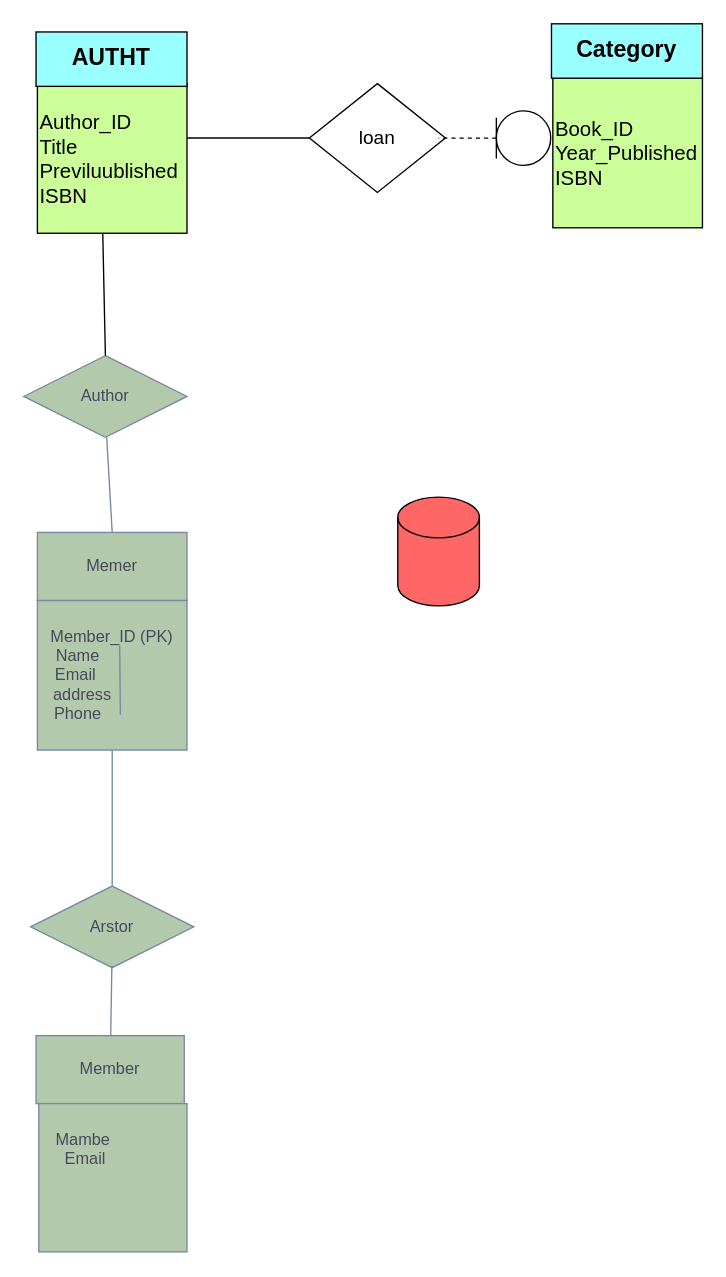
Before: Library Management System.drawio in hussaini021/Library_management, a draw.io diagram. Source tidied: cells renumbered, new cells numbered last; positions are measured from the earlier drawing's top-left corner, leaving out a move shared by most shapes. Both pictures are drawn from the tidied source at 136%, with x=0, y=0 at pixel (23, 23).
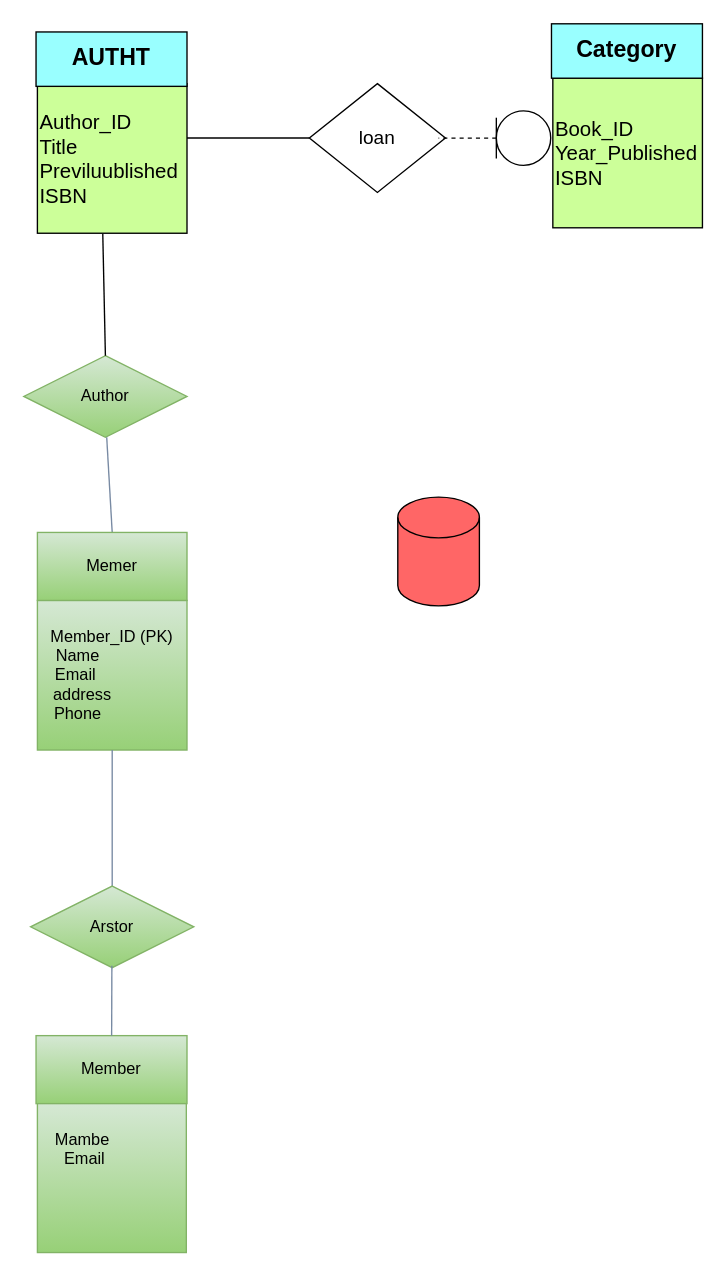
The same page after the edit.

Diff of the diagram source:
```diff
@@
-    <mxCell id="10" value="Member_ID (PK)&lt;div&gt;Name&amp;nbsp; &amp;nbsp; &amp;nbsp; &amp;nbsp; &amp;nbsp; &amp;nbsp; &amp;nbsp; &amp;nbsp;&lt;/div&gt;&lt;div&gt;Email&amp;nbsp; &amp;nbsp; &amp;nbsp; &amp;nbsp; &amp;nbsp; &amp;nbsp; &amp;nbsp; &amp;nbsp;&amp;nbsp;&lt;/div&gt;&lt;div&gt;address&amp;nbsp; &amp;nbsp; &amp;nbsp; &amp;nbsp; &amp;nbsp; &amp;nbsp; &amp;nbsp;&lt;/div&gt;&lt;div&gt;Phone&amp;nbsp; &amp;nbsp; &amp;nbsp; &amp;nbsp; &amp;nbsp; &amp;nbsp; &amp;nbsp; &amp;nbsp;&lt;/div&gt;" style="whiteSpace=wrap;html=1;labelBackgroundColor=none;fillColor=#B2C9AB;strokeColor=#788AA3;fontColor=#46495D;" parent="1" vertex="1">
+    <mxCell id="10" value="Member_ID (PK)&lt;div&gt;Name&amp;nbsp; &amp;nbsp; &amp;nbsp; &amp;nbsp; &amp;nbsp; &amp;nbsp; &amp;nbsp; &amp;nbsp;&lt;/div&gt;&lt;div&gt;Email&amp;nbsp; &amp;nbsp; &amp;nbsp; &amp;nbsp; &amp;nbsp; &amp;nbsp; &amp;nbsp; &amp;nbsp;&amp;nbsp;&lt;/div&gt;&lt;div&gt;address&amp;nbsp; &amp;nbsp; &amp;nbsp; &amp;nbsp; &amp;nbsp; &amp;nbsp; &amp;nbsp;&lt;/div&gt;&lt;div&gt;Phone&amp;nbsp; &amp;nbsp; &amp;nbsp; &amp;nbsp; &amp;nbsp; &amp;nbsp; &amp;nbsp; &amp;nbsp;&lt;/div&gt;" style="whiteSpace=wrap;html=1;labelBackgroundColor=none;fillColor=#d5e8d4;strokeColor=#82b366;gradientColor=#97d077;" parent="1" vertex="1">
       <mxGeometry x="10" y="424" width="110" height="110" as="geometry" />
     </mxCell>
-    <mxCell id="11" value="Member" style="rounded=0;whiteSpace=wrap;html=1;labelBackgroundColor=none;fillColor=#B2C9AB;strokeColor=#788AA3;fontColor=#46495D;" parent="1" vertex="1">
-      <mxGeometry x="9" y="744" width="109" height="50" as="geometry" />
+    <mxCell id="11" value="Member" style="rounded=0;whiteSpace=wrap;html=1;labelBackgroundColor=none;fillColor=#d5e8d4;strokeColor=#82b366;gradientColor=#97d077;" parent="1" vertex="1">
+      <mxGeometry x="9" y="744" width="111" height="50" as="geometry" />
     </mxCell>
-    <mxCell id="12" value="Mambe&amp;nbsp; &amp;nbsp; &amp;nbsp; &amp;nbsp; &amp;nbsp; &amp;nbsp; &amp;nbsp;&lt;div&gt;Email&amp;nbsp; &amp;nbsp; &amp;nbsp; &amp;nbsp; &amp;nbsp; &amp;nbsp;&amp;nbsp;&lt;/div&gt;&lt;div&gt;&amp;nbsp; &amp;nbsp;&amp;nbsp;&lt;/div&gt;&lt;div&gt;&amp;nbsp; &amp;nbsp;&amp;nbsp;&lt;/div&gt;&lt;div&gt;&amp;nbsp;&amp;nbsp; &amp;nbsp; &amp;nbsp;&lt;/div&gt;" style="whiteSpace=wrap;html=1;labelBackgroundColor=none;fillColor=#B2C9AB;strokeColor=#788AA3;fontColor=#46495D;" parent="1" vertex="1">
-      <mxGeometry x="11" y="794" width="109" height="109" as="geometry" />
+    <mxCell id="12" value="Mambe&amp;nbsp; &amp;nbsp; &amp;nbsp; &amp;nbsp; &amp;nbsp; &amp;nbsp; &amp;nbsp;&lt;div&gt;Email&amp;nbsp; &amp;nbsp; &amp;nbsp; &amp;nbsp; &amp;nbsp; &amp;nbsp;&amp;nbsp;&lt;/div&gt;&lt;div&gt;&amp;nbsp; &amp;nbsp;&amp;nbsp;&lt;/div&gt;&lt;div&gt;&amp;nbsp; &amp;nbsp;&amp;nbsp;&lt;/div&gt;&lt;div&gt;&amp;nbsp;&amp;nbsp; &amp;nbsp; &amp;nbsp;&lt;/div&gt;" style="whiteSpace=wrap;html=1;labelBackgroundColor=none;fillColor=#d5e8d4;strokeColor=#82b366;gradientColor=#97d077;" parent="1" vertex="1">
+      <mxGeometry x="10" y="794" width="109.5" height="109.5" as="geometry" />
     </mxCell>
-    <mxCell id="13" style="endArrow=none;html=1;rounded=0;exitX=0.45;exitY=1.004;exitDx=0;exitDy=0;exitPerimeter=0;labelBackgroundColor=none;strokeColor=#788AA3;fontColor=default;" parent="1" edge="1">
-      <mxGeometry relative="1" as="geometry">
-        <mxPoint x="70.5" y="457.2" as="sourcePoint" />
-        <mxPoint x="71" y="508" as="targetPoint" />
-      </mxGeometry>
-    </mxCell>
@@
-    <mxCell id="15" value="Arstor" style="shape=rhombus;perimeter=rhombusPerimeter;whiteSpace=wrap;html=1;align=center;labelBackgroundColor=none;fillColor=#B2C9AB;strokeColor=#788AA3;fontColor=#46495D;" parent="1" vertex="1">
+    <mxCell id="15" value="Arstor" style="shape=rhombus;perimeter=rhombusPerimeter;whiteSpace=wrap;html=1;align=center;labelBackgroundColor=none;fillColor=#d5e8d4;strokeColor=#82b366;gradientColor=#97d077;" parent="1" vertex="1">
       <mxGeometry x="5" y="634" width="120" height="60" as="geometry" />
     </mxCell>
-    <mxCell id="16" value="Author" style="shape=rhombus;perimeter=rhombusPerimeter;whiteSpace=wrap;html=1;align=center;labelBackgroundColor=none;fillColor=#B2C9AB;strokeColor=#788AA3;fontColor=#46495D;" parent="1" vertex="1">
+    <mxCell id="16" value="Author" style="shape=rhombus;perimeter=rhombusPerimeter;whiteSpace=wrap;html=1;align=center;labelBackgroundColor=none;fillColor=#d5e8d4;strokeColor=#82b366;gradientColor=#97d077;" parent="1" vertex="1">
       <mxGeometry y="244" width="120" height="60" as="geometry" />
     </mxCell>
@@
-    <mxCell id="19" value="Memer" style="rounded=0;whiteSpace=wrap;html=1;labelBackgroundColor=none;fillColor=#B2C9AB;strokeColor=#788AA3;fontColor=#46495D;" parent="1" vertex="1">
+    <mxCell id="19" value="Memer" style="rounded=0;whiteSpace=wrap;html=1;labelBackgroundColor=none;fillColor=#d5e8d4;strokeColor=#82b366;gradientColor=#97d077;" parent="1" vertex="1">
       <mxGeometry x="10" y="374" width="110" height="50" as="geometry" />
     </mxCell>
```
